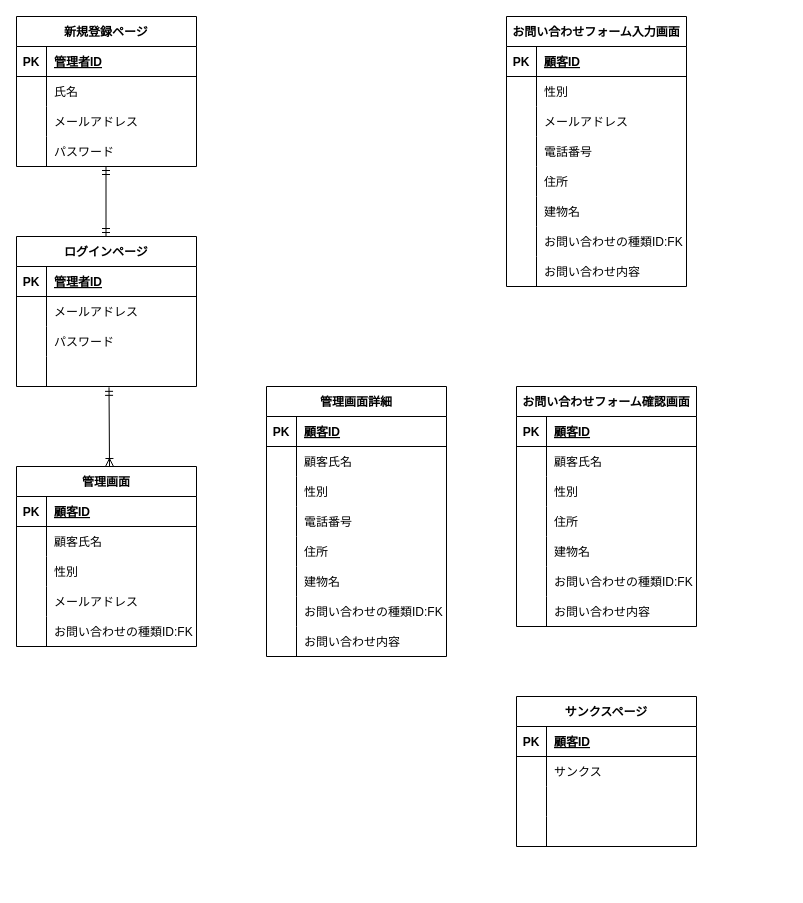
Before: contact-us.drawio in mdrgreen39/contact-us, a draw.io diagram. Source tidied: cells renumbered, new cells numbered last; positions are measured from the earlier drawing's top-left corner, leaving out a move shared by most shapes. Both pictures are drawn from the tidied source at 100%, with x=0, y=0 at pixel (16, 16).
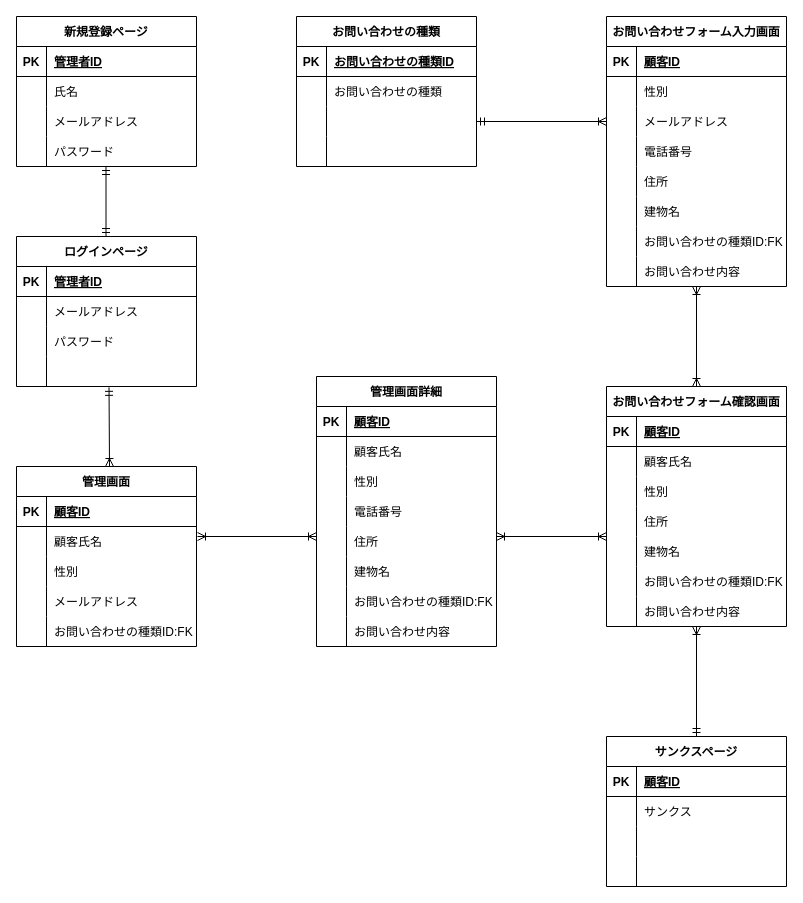
Above is the later version.

Unchanged cells that the change refers to:
```xml
<mxCell id="76" style="shape=tableRow;horizontal=0;startSize=0;swimlaneHead=0;swimlaneBody=0;fillColor=none;points=[[0,0.5],[1,0.5]];portConstraint=eastwest;top=0;left=0;right=0;bottom=0;" parent="69" vertex="1">
  <mxGeometry y="90" width="180" height="30" as="geometry" />
</mxCell>
```

The edit, as a diff of the source:
```diff
@@
     <mxCell id="44" value="管理画面詳細" style="shape=table;startSize=30;childLayout=tableLayout;rowLines=0;fontStyle=1;align=center;" parent="1" vertex="1">
-      <mxGeometry x="250" y="370" width="180" height="270" as="geometry" />
+      <mxGeometry x="300" y="360" width="180" height="270" as="geometry" />
     </mxCell>
@@
     <mxCell id="69" value="お問い合わせフォーム入力画面" style="shape=table;startSize=30;childLayout=tableLayout;rowLines=0;fontStyle=1;align=center;" parent="1" vertex="1">
-      <mxGeometry x="490" width="180" height="270" as="geometry" />
+      <mxGeometry x="590" width="180" height="270" as="geometry" />
     </mxCell>
@@
     <mxCell id="94" value="お問い合わせフォーム確認画面" style="shape=table;startSize=30;childLayout=tableLayout;rowLines=0;fontStyle=1;align=center;" parent="1" vertex="1">
-      <mxGeometry x="500" y="370" width="180" height="240" as="geometry" />
+      <mxGeometry x="590" y="370" width="180" height="240" as="geometry" />
     </mxCell>
@@
     <mxCell id="116" value="サンクスページ" style="shape=table;startSize=30;childLayout=tableLayout;rowLines=0;fontStyle=1;align=center;" parent="1" vertex="1">
-      <mxGeometry x="500" y="680" width="180" height="150" as="geometry" />
+      <mxGeometry x="590" y="720" width="180" height="150" as="geometry" />
     </mxCell>
@@
+    <mxCell id="131" value="お問い合わせの種類" style="shape=table;startSize=30;childLayout=tableLayout;rowLines=0;fontStyle=1;align=center;" parent="1" vertex="1">
+      <mxGeometry x="280" width="180" height="150" as="geometry" />
+    </mxCell>
+    <mxCell id="132" style="shape=tableRow;horizontal=0;startSize=0;swimlaneHead=0;swimlaneBody=0;fillColor=none;top=0;left=0;right=0;bottom=1;" parent="131" vertex="1">
+      <mxGeometry y="30" width="180" height="30" as="geometry" />
+    </mxCell>
+    <mxCell id="133" value="PK" style="shape=partialRectangle;fillColor=none;top=0;left=0;bottom=0;right=0;fontStyle=1;overflow=hidden;" parent="132" vertex="1">
+      <mxGeometry width="30" height="30" as="geometry" />
+    </mxCell>
+    <mxCell id="134" value="お問い合わせの種類ID" style="shape=partialRectangle;fillColor=none;top=0;left=0;bottom=0;right=0;align=left;spacingLeft=6;fontStyle=5;overflow=hidden;" parent="132" vertex="1">
+      <mxGeometry x="30" width="150" height="30" as="geometry" />
+    </mxCell>
+    <mxCell id="135" style="shape=tableRow;horizontal=0;startSize=0;swimlaneHead=0;swimlaneBody=0;fillColor=none;top=0;left=0;right=0;bottom=0;" parent="131" vertex="1">
+      <mxGeometry y="60" width="180" height="30" as="geometry" />
+    </mxCell>
+    <mxCell id="136" style="shape=partialRectangle;fillColor=none;top=0;left=0;bottom=0;right=0;overflow=hidden;" parent="135" vertex="1">
+      <mxGeometry width="30" height="30" as="geometry" />
+    </mxCell>
+    <mxCell id="137" value="お問い合わせの種類" style="shape=partialRectangle;fillColor=none;top=0;left=0;bottom=0;right=0;align=left;spacingLeft=6;overflow=hidden;" parent="135" vertex="1">
+      <mxGeometry x="30" width="150" height="30" as="geometry" />
+    </mxCell>
+    <mxCell id="138" style="shape=tableRow;horizontal=0;startSize=0;swimlaneHead=0;swimlaneBody=0;fillColor=none;top=0;left=0;right=0;bottom=0;" parent="131" vertex="1">
+      <mxGeometry y="90" width="180" height="30" as="geometry" />
+    </mxCell>
+    <mxCell id="139" style="shape=partialRectangle;fillColor=none;top=0;left=0;bottom=0;right=0;overflow=hidden;" parent="138" vertex="1">
+      <mxGeometry width="30" height="30" as="geometry" />
+    </mxCell>
+    <mxCell id="140" style="shape=partialRectangle;fillColor=none;top=0;left=0;bottom=0;right=0;align=left;spacingLeft=6;overflow=hidden;" parent="138" vertex="1">
+      <mxGeometry x="30" width="150" height="30" as="geometry" />
+    </mxCell>
+    <mxCell id="141" style="shape=tableRow;horizontal=0;startSize=0;swimlaneHead=0;swimlaneBody=0;fillColor=none;top=0;left=0;right=0;bottom=0;" parent="131" vertex="1">
+      <mxGeometry y="120" width="180" height="30" as="geometry" />
+    </mxCell>
+    <mxCell id="142" style="shape=partialRectangle;fillColor=none;top=0;left=0;bottom=0;right=0;overflow=hidden;" parent="141" vertex="1">
+      <mxGeometry width="30" height="30" as="geometry" />
+    </mxCell>
+    <mxCell id="143" style="shape=partialRectangle;fillColor=none;top=0;left=0;bottom=0;right=0;align=left;spacingLeft=6;overflow=hidden;" parent="141" vertex="1">
+      <mxGeometry x="30" width="150" height="30" as="geometry" />
+    </mxCell>
+    <mxCell id="144" style="fontSize=12;html=1;endArrow=ERoneToMany;startArrow=ERmandOne;startFill=0;entryX=0;entryY=0.5;entryDx=0;entryDy=0;endFill=0;" parent="1" edge="1" target="76">
+      <mxGeometry relative="1" as="geometry">
+        <mxPoint x="460" y="105" as="sourcePoint" />
+      </mxGeometry>
+    </mxCell>
+    <mxCell id="145" style="fontSize=12;html=1;endArrow=ERoneToMany;startArrow=ERoneToMany;exitX=0.5;exitY=0;exitDx=0;exitDy=0;" parent="1" edge="1" source="94">
+      <mxGeometry relative="1" as="geometry">
+        <mxPoint x="680" y="270" as="targetPoint" />
+      </mxGeometry>
+    </mxCell>
+    <mxCell id="146" style="fontSize=12;html=1;endArrow=ERoneToMany;startArrow=ERoneToMany;" parent="1" edge="1">
+      <mxGeometry relative="1" as="geometry">
+        <mxPoint x="181" y="520" as="sourcePoint" />
+        <mxPoint x="300" y="520" as="targetPoint" />
+      </mxGeometry>
+    </mxCell>
+    <mxCell id="147" style="fontSize=12;html=1;endArrow=ERoneToMany;startArrow=ERmandOne;exitX=0.5;exitY=0;exitDx=0;exitDy=0;startFill=0;" parent="1" edge="1" source="116">
+      <mxGeometry relative="1" as="geometry">
+        <mxPoint x="680" y="610" as="targetPoint" />
+      </mxGeometry>
+    </mxCell>
+    <mxCell id="148" style="fontSize=12;html=1;endArrow=ERoneToMany;startArrow=ERoneToMany;" parent="1" edge="1">
+      <mxGeometry relative="1" as="geometry">
+        <mxPoint x="480" y="520" as="sourcePoint" />
+        <mxPoint x="590" y="520" as="targetPoint" />
+      </mxGeometry>
+    </mxCell>
```
